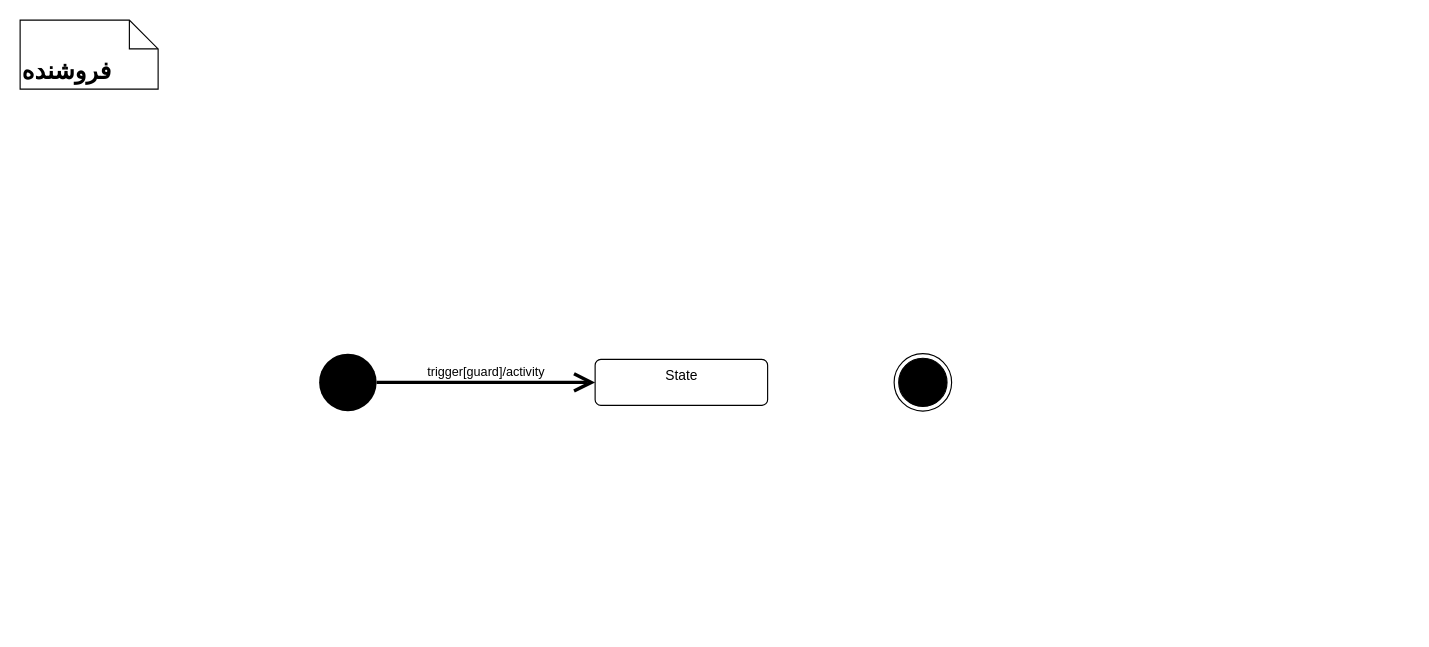
Earlier version of the draw.io diagram Behavioural Modeling/seller_state.drawio (khoramian/TahDig_SoftwareEngineering). Source tidied: cells renumbered, new cells numbered last; positions are measured from the earlier drawing's top-left corner, leaving out a move shared by most shapes. Both pictures are drawn from the tidied source at 115%, with x=0, y=0 at pixel (20, 20).
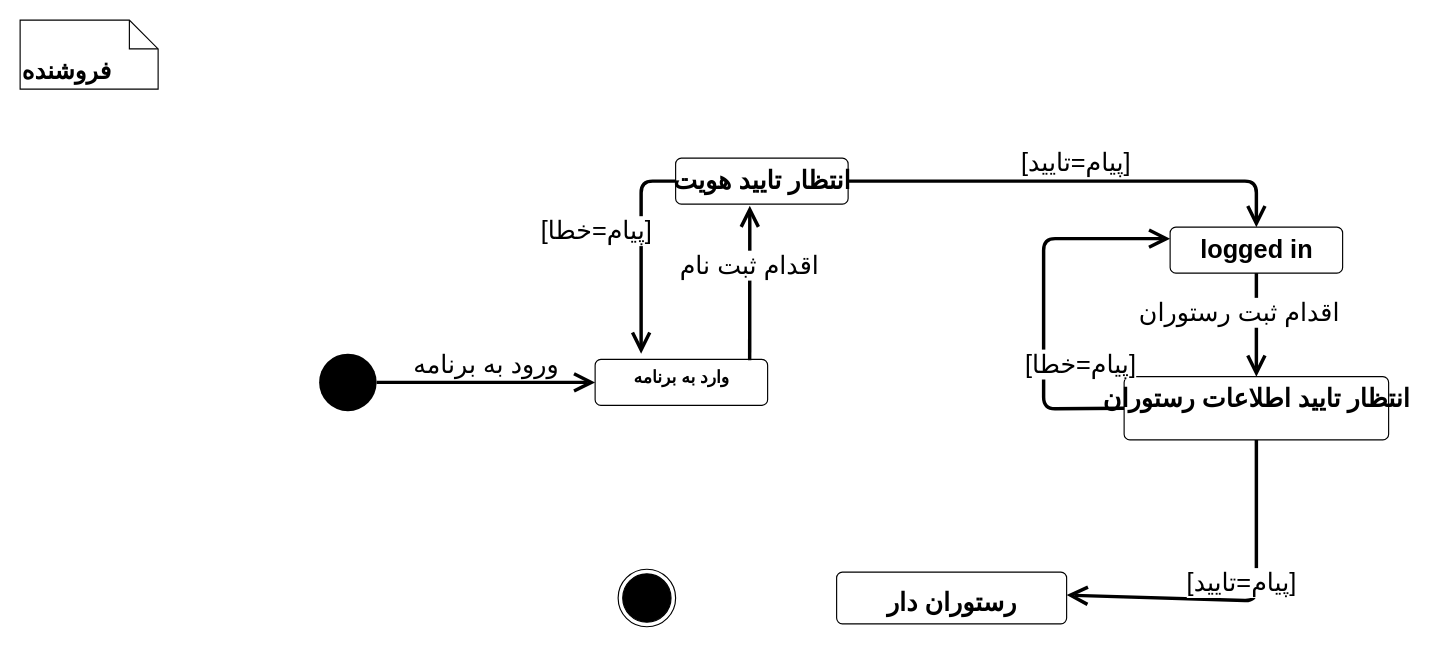
Above is the later version.

Unchanged cells that the change refers to:
```xml
<mxCell id="3" style="ellipse;fillColor=#000000;strokeColor=none;" parent="1" vertex="1">
  <mxGeometry x="260" y="290" width="50" height="50" as="geometry" />
</mxCell>
```

The edit, as a diff of the source:
```diff
@@
-    <mxCell id="2" value="State" style="html=1;align=center;verticalAlign=top;rounded=1;absoluteArcSize=1;arcSize=10;dashed=0;" parent="1" vertex="1">
+    <mxCell id="2" value="وارد به برنامه" style="html=1;align=center;verticalAlign=top;rounded=1;absoluteArcSize=1;arcSize=10;dashed=0;fontSize=15;fontStyle=1;" parent="1" vertex="1">
       <mxGeometry x="500" y="295" width="150" height="40" as="geometry" />
     </mxCell>
@@
     <mxCell id="4" style="ellipse;html=1;shape=endState;fillColor=#000000;strokeColor=#000000;" parent="1" vertex="1">
-      <mxGeometry x="760" y="290" width="50" height="50" as="geometry" />
+      <mxGeometry x="520" y="477.5" width="50" height="50" as="geometry" />
     </mxCell>
@@
-    <mxCell id="6" value="trigger[guard]/activity" style="edgeStyle=none;html=1;endArrow=open;endSize=12;strokeWidth=3;verticalAlign=bottom;exitX=1;exitY=0.5;exitDx=0;exitDy=0;entryX=0;entryY=0.5;entryDx=0;entryDy=0;" parent="1" edge="1" source="3" target="2">
+    <mxCell id="6" value="&lt;font style=&quot;font-size: 22px&quot;&gt;ورود به برنامه &lt;/font&gt;" style="edgeStyle=none;html=1;endArrow=open;endSize=12;strokeWidth=3;verticalAlign=bottom;exitX=1;exitY=0.5;exitDx=0;exitDy=0;entryX=0;entryY=0.5;entryDx=0;entryDy=0;" parent="1" edge="1" source="3" target="2">
       <mxGeometry relative="1" as="geometry" />
     </mxCell>
+    <mxCell id="7" value="&lt;b&gt;&lt;font style=&quot;font-size: 22px&quot;&gt;انتظار تایید هویت&lt;br&gt;&lt;/font&gt;&lt;/b&gt;" style="html=1;align=center;verticalAlign=top;rounded=1;absoluteArcSize=1;arcSize=10;dashed=0;" parent="1" vertex="1">
+      <mxGeometry x="570" y="120" width="150" height="40" as="geometry" />
+    </mxCell>
+    <mxCell id="8" value="&lt;font style=&quot;font-size: 22px&quot;&gt;اقدام ثبت نام &lt;br&gt;&lt;/font&gt;" style="edgeStyle=none;html=1;endArrow=open;endSize=12;strokeWidth=3;verticalAlign=bottom;exitX=0.896;exitY=0.018;exitDx=0;exitDy=0;entryX=0.43;entryY=1.036;entryDx=0;entryDy=0;entryPerimeter=0;exitPerimeter=0;" parent="1" edge="1" source="2" target="7">
+      <mxGeometry relative="1" as="geometry" />
+    </mxCell>
+    <mxCell id="9" value="&lt;font style=&quot;font-size: 22px&quot;&gt;[پیام=تایید]&lt;/font&gt;" style="edgeStyle=none;html=1;endArrow=open;endSize=12;strokeWidth=3;verticalAlign=bottom;exitX=1;exitY=0.5;exitDx=0;exitDy=0;entryX=0.5;entryY=0;entryDx=0;entryDy=0;" parent="1" edge="1" source="7" target="11">
+      <mxGeometry relative="1" as="geometry">
+        <Array as="points">
+          <mxPoint x="1075" y="140" />
+        </Array>
+      </mxGeometry>
+    </mxCell>
+    <mxCell id="10" value="&lt;font style=&quot;font-size: 22px&quot;&gt;[پیام=خطا]&lt;/font&gt;" style="edgeStyle=none;html=1;endArrow=open;endSize=12;strokeWidth=3;verticalAlign=bottom;exitX=0;exitY=0.5;exitDx=0;exitDy=0;" parent="1" edge="1" source="7">
+      <mxGeometry x="-0.02" y="-39" relative="1" as="geometry">
+        <mxPoint x="540" y="290" as="targetPoint" />
+        <Array as="points">
+          <mxPoint x="540" y="140" />
+        </Array>
+        <mxPoint y="1" as="offset" />
+      </mxGeometry>
+    </mxCell>
+    <mxCell id="11" value="&lt;b&gt;&lt;font style=&quot;font-size: 22px&quot;&gt;logged in &lt;br&gt;&lt;/font&gt;&lt;/b&gt;" style="html=1;align=center;verticalAlign=top;rounded=1;absoluteArcSize=1;arcSize=10;dashed=0;" parent="1" vertex="1">
+      <mxGeometry x="1000" y="180" width="150" height="40" as="geometry" />
+    </mxCell>
+    <mxCell id="12" value="&lt;font style=&quot;font-size: 22px&quot;&gt;اقدام ثبت رستوران &lt;br&gt;&lt;/font&gt;" style="edgeStyle=none;html=1;endArrow=open;endSize=12;strokeWidth=3;verticalAlign=bottom;exitX=0.5;exitY=1;exitDx=0;exitDy=0;entryX=0.5;entryY=0;entryDx=0;entryDy=0;" parent="1" edge="1" source="11" target="13">
+      <mxGeometry x="0.11" y="-15" relative="1" as="geometry" />
+    </mxCell>
+    <mxCell id="13" value="&lt;b&gt;&lt;font style=&quot;font-size: 22px&quot;&gt;انتظار تایید اطلاعات رستوران&lt;br&gt;&lt;/font&gt;&lt;/b&gt;" style="html=1;align=center;verticalAlign=top;rounded=1;absoluteArcSize=1;arcSize=10;dashed=0;" parent="1" vertex="1">
+      <mxGeometry x="960" y="310" width="230" height="55" as="geometry" />
+    </mxCell>
+    <mxCell id="14" value="&lt;font style=&quot;font-size: 22px&quot;&gt;[پیام=تایید]&lt;/font&gt;" style="edgeStyle=none;html=1;endArrow=open;endSize=12;strokeWidth=3;verticalAlign=bottom;exitX=0.5;exitY=1;exitDx=0;exitDy=0;" parent="1" edge="1" source="13">
+      <mxGeometry relative="1" as="geometry">
+        <mxPoint x="910" y="500" as="targetPoint" />
+        <Array as="points">
+          <mxPoint x="1075" y="505" />
+        </Array>
+      </mxGeometry>
+    </mxCell>
+    <mxCell id="15" value="&lt;font style=&quot;font-size: 22px&quot;&gt;[پیام=خطا]&lt;/font&gt;" style="edgeStyle=none;html=1;endArrow=open;endSize=12;strokeWidth=3;verticalAlign=bottom;exitX=0;exitY=0.5;exitDx=0;exitDy=0;entryX=0;entryY=0.25;entryDx=0;entryDy=0;" parent="1" edge="1" source="13" target="11">
+      <mxGeometry x="-0.43" y="-32" relative="1" as="geometry">
+        <Array as="points">
+          <mxPoint x="890" y="338" />
+          <mxPoint x="890" y="190" />
+        </Array>
+      </mxGeometry>
+    </mxCell>
+    <mxCell id="16" value="&lt;font style=&quot;font-size: 22px&quot;&gt;&lt;b&gt;&lt;font style=&quot;font-size: 22px&quot;&gt;رستوران دار&lt;/font&gt;&lt;font style=&quot;font-size: 31px&quot;&gt;&lt;br&gt;&lt;/font&gt;&lt;/b&gt;&lt;/font&gt;" style="html=1;align=center;verticalAlign=middle;rounded=1;absoluteArcSize=1;arcSize=10;dashed=0;" parent="1" vertex="1">
+      <mxGeometry x="710" y="480" width="200" height="45" as="geometry" />
+    </mxCell>
```
